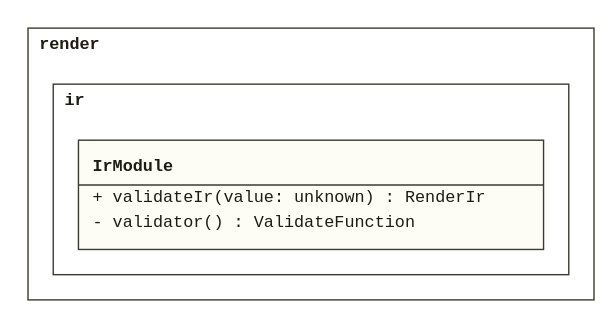
Before: doc/assets/CL_IrModule.svg, a diagram exported from PlantUML (derivasoftware/plantuml-render). Its source is kept beside it as design/lld/render/CL_IrModule.puml.
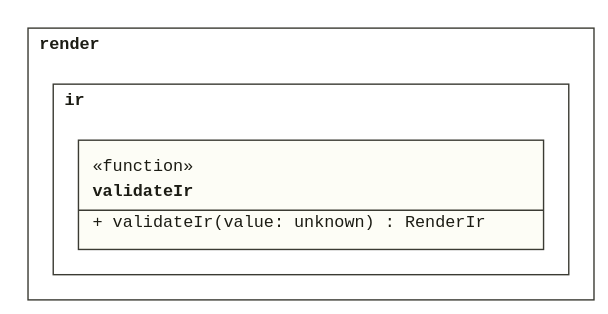
Later version of the same file.

Change to the diagram source:
```diff
@@ -3,11 +3,9 @@
 !startsub IrModule
 
 namespace render.ir {
-  class "<<module>>" as IrModule {
+  class validateIr <<function>> {
     + validateIr(value: unknown) : RenderIr
-    - validator() : ValidateFunction
   }
-  IrModule ..> IrValidationError
 }
 
 !endsub
```
